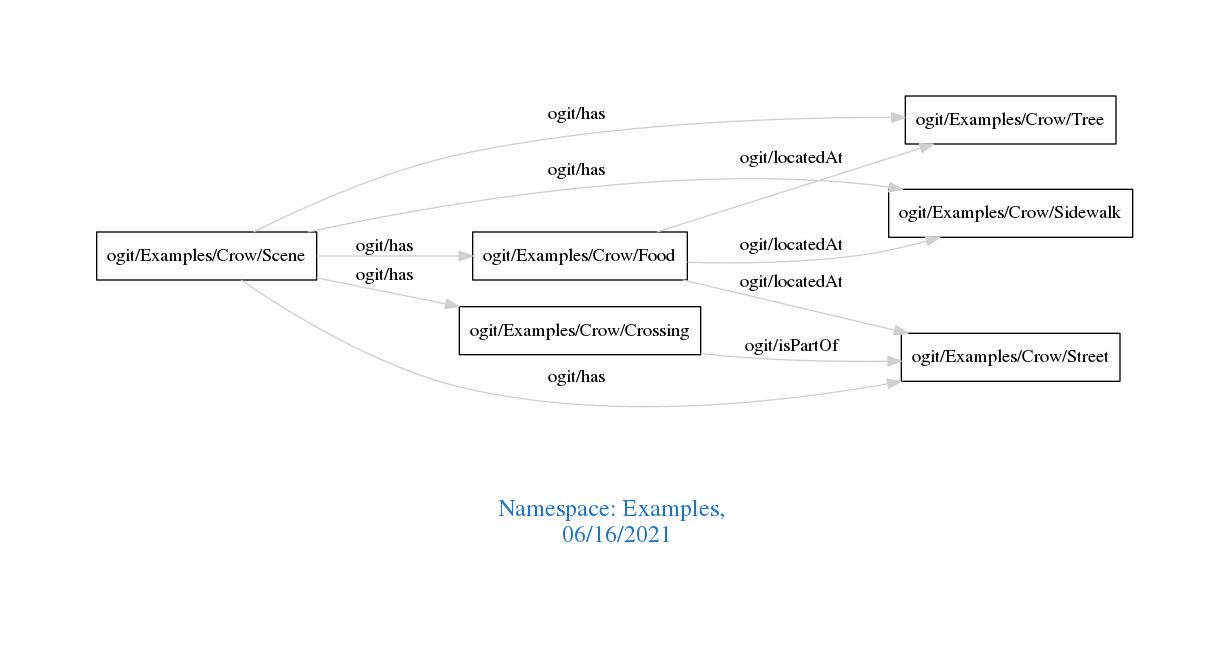
This is downloads/Examples.png from arago/OGIT, a Graphviz export, as it was before one commit. Its source is kept beside it as downloads/Examples.dot.
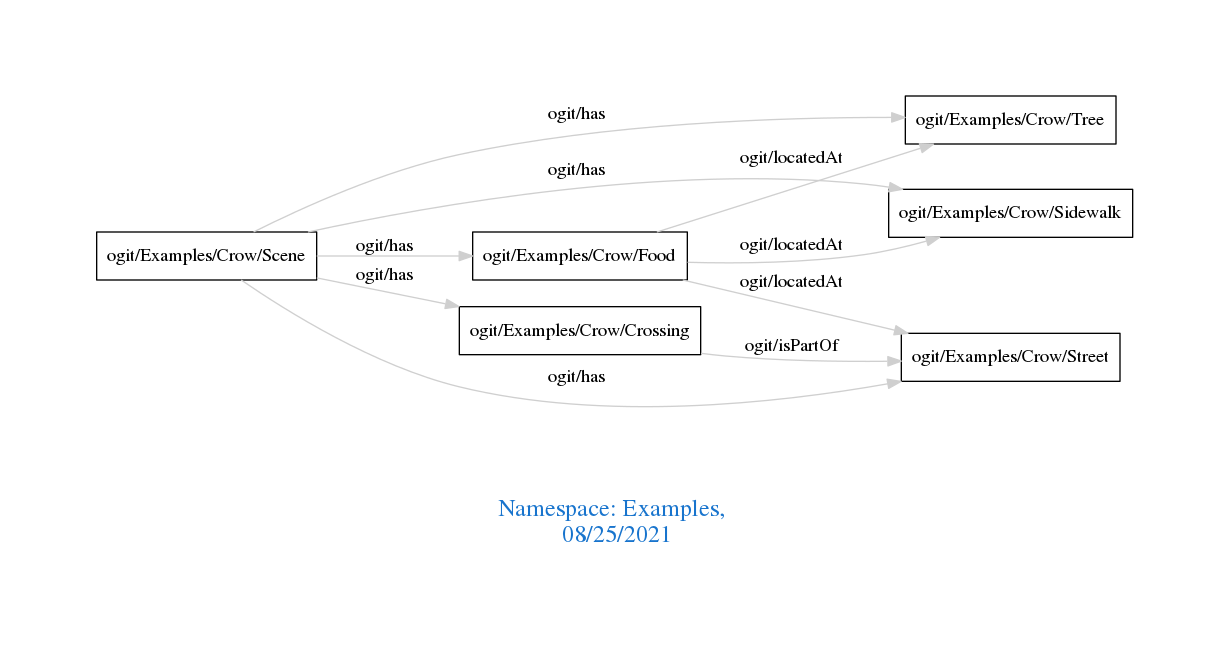
After the change.

What changed in the source:
```diff
@@ -1,7 +1,7 @@
 digraph OGIT_ontology {
  graph [ rankdir= LR,pad=1
 fontsize = 18,
-fontcolor= dodgerblue3,label = "\n\n\nNamespace: Examples, \n 06/16/2021"];
+fontcolor= dodgerblue3,label = "\n\n\nNamespace: Examples, \n 08/25/2021"];
 node[shape=polygon];
 edge [  color="gray81"];
 
```
